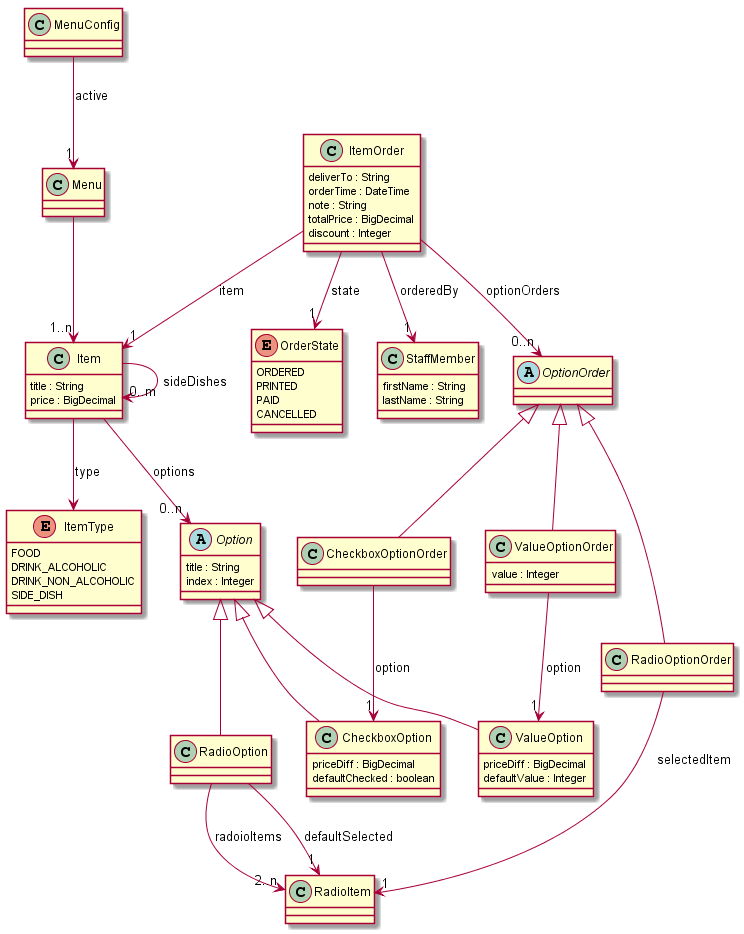
Earlier version of the PlantUML export images/domain-model.png (clboettcher/bonappetit).
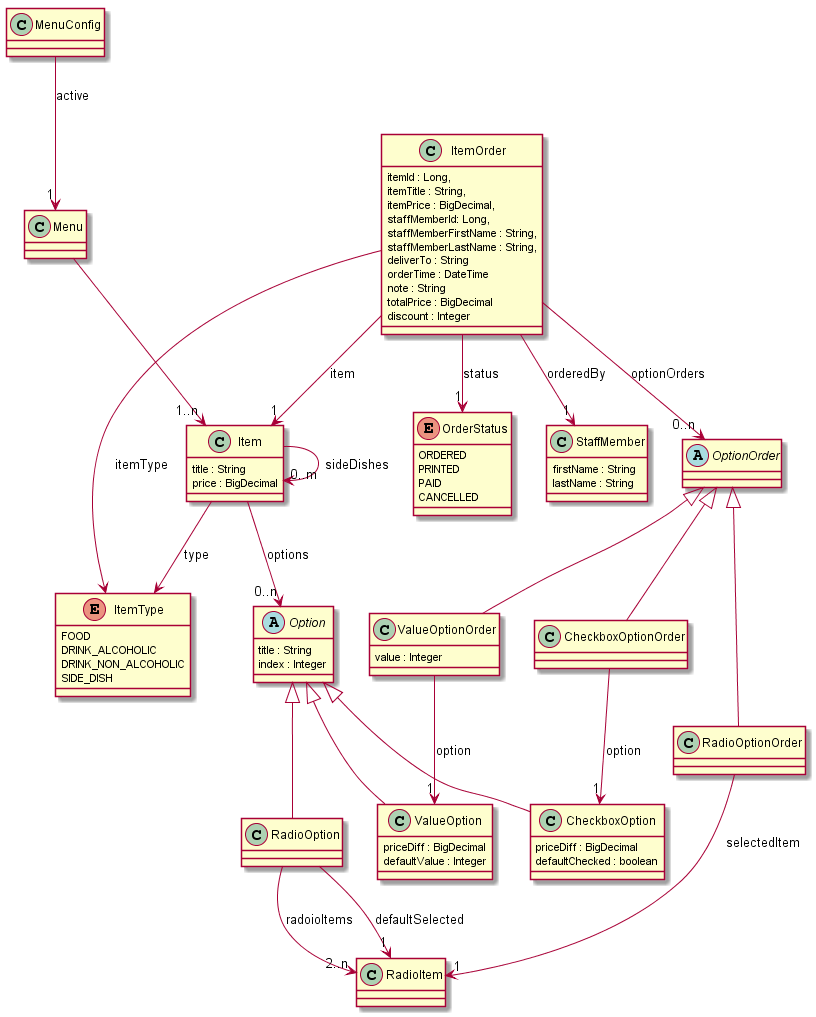
After the change.

Commit message:
Updated domain model with new item order properties

Change to the diagram source:
```diff
@@ -27,6 +27,12 @@
 }
 
 class ItemOrder {
+    itemId : Long,
+    itemTitle : String,
+    itemPrice : BigDecimal,
+    staffMemberId: Long,
+    staffMemberFirstName : String,
+    staffMemberLastName : String,
     deliverTo : String
     orderTime : DateTime
     note : String
@@ -40,7 +46,7 @@
 }
 class RadioOptionOrder
 class CheckboxOptionOrder
-enum OrderState {
+enum OrderStatus {
     ORDERED
     PRINTED
     PAID
@@ -64,10 +70,11 @@
 RadioOption --> "1" RadioItem : defaultSelected
 RadioOption --> "2..n" RadioItem : radoioItems
 
-ItemOrder --> "1" OrderState : state
+ItemOrder --> "1" OrderStatus : status
 ItemOrder --> "1" StaffMember : orderedBy
 ItemOrder --> "1" Item : item
 ItemOrder --> "0..n" OptionOrder : optionOrders
+ItemOrder --> ItemType : itemType
 
 OptionOrder <|-- ValueOptionOrder
 OptionOrder <|-- RadioOptionOrder
```
